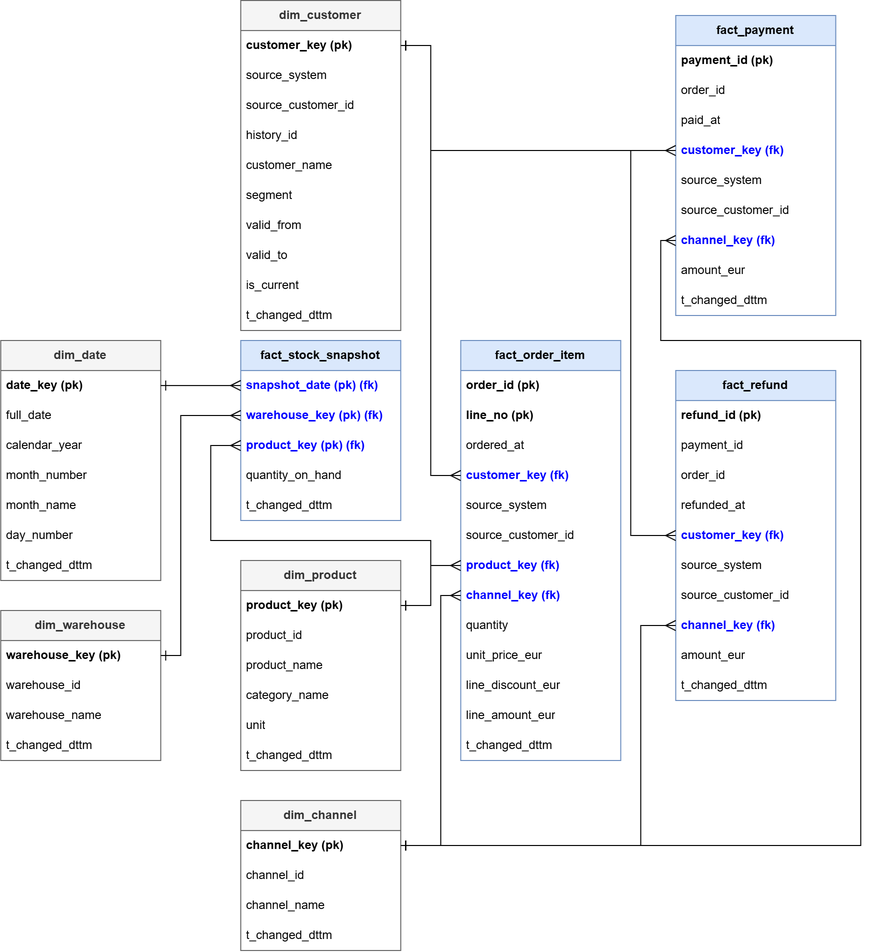
This is w3_task01_model.png from objectx327/de_project, a draw.io export, as it was before one commit. Source tidied: cells renumbered, new cells last; positions are measured from the earlier drawing's top-left corner, leaving out a move shared by most shapes.
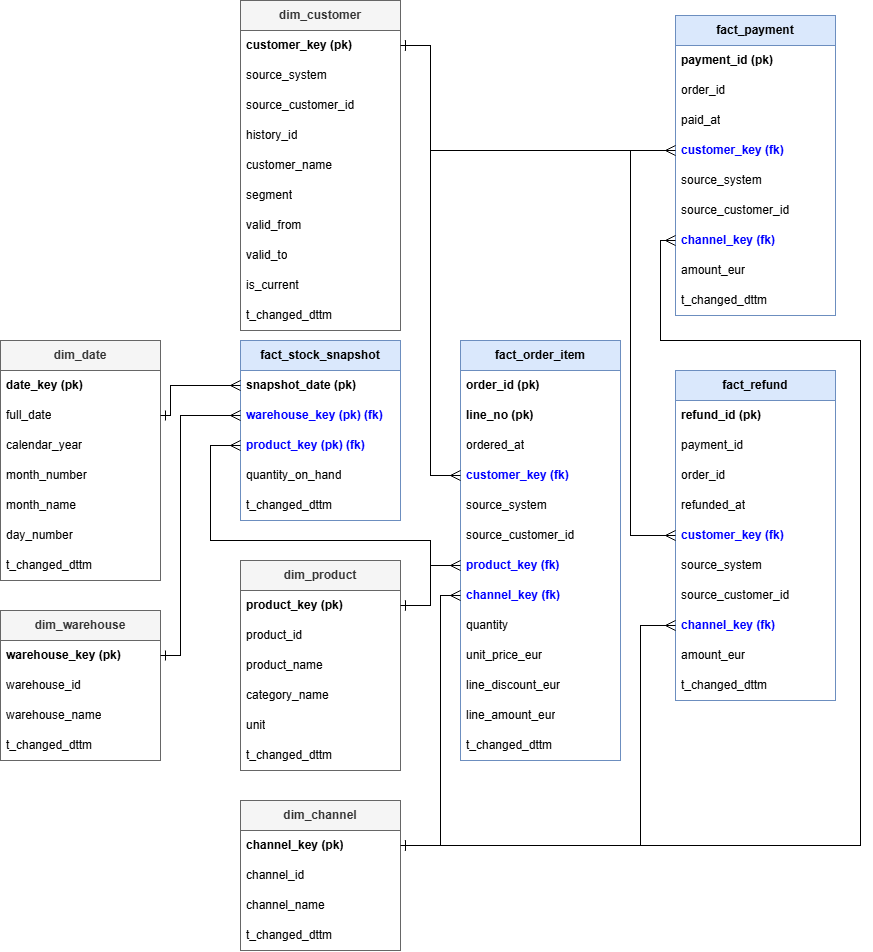
The same diagram one commit later.

Change to the diagram source:
```diff
@@ -110,7 +110,7 @@
     <mxCell id="37" value="&lt;div&gt;&lt;b&gt;fact_stock_snapshot&lt;/b&gt;&lt;/div&gt;" style="swimlane;fontStyle=0;horizontal=1;startSize=30;whiteSpace=wrap;html=1;fillColor=#dae8fc;strokeColor=#6c8ebf;" parent="1" vertex="1">
       <mxGeometry x="240" y="340" width="160" height="180" as="geometry" />
     </mxCell>
-    <mxCell id="38" value="snapshot_date (pk) (fk)" style="text;strokeColor=none;fillColor=none;align=left;verticalAlign=middle;spacingLeft=4;spacingRight=4;overflow=hidden;whiteSpace=wrap;html=1;fontStyle=1;fontColor=#0000FF;" parent="37" vertex="1">
+    <mxCell id="38" value="&lt;span style=&quot;color: rgb(0, 0, 0);&quot;&gt;snapshot_date (pk)&lt;/span&gt;" style="text;strokeColor=none;fillColor=none;align=left;verticalAlign=middle;spacingLeft=4;spacingRight=4;overflow=hidden;whiteSpace=wrap;html=1;fontStyle=1;fontColor=#0000FF;" parent="37" vertex="1">
       <mxGeometry y="30" width="160" height="30" as="geometry" />
     </mxCell>
     <mxCell id="39" value="warehouse_key&lt;span style=&quot;background-color: transparent;&quot;&gt;&amp;nbsp;&lt;/span&gt;&lt;span style=&quot;background-color: transparent;&quot;&gt;(pk) (fk)&lt;/span&gt;" style="text;strokeColor=none;fillColor=none;align=left;verticalAlign=middle;spacingLeft=4;spacingRight=4;overflow=hidden;points=[[0,0.5],[1,0.5]];portConstraint=eastwest;whiteSpace=wrap;html=1;fontStyle=1;fontColor=#0000FF;" parent="37" vertex="1">
@@ -233,8 +233,13 @@
     <mxCell id="78" value="t_changed_dttm" style="text;strokeColor=none;fillColor=none;align=left;verticalAlign=middle;spacingLeft=4;spacingRight=4;overflow=hidden;whiteSpace=wrap;html=1;" parent="71" vertex="1">
       <mxGeometry y="210" width="160" height="30" as="geometry" />
     </mxCell>
-    <mxCell id="79" style="edgeStyle=orthogonalEdgeStyle;rounded=0;jettySize=auto;html=1;exitX=1;exitY=0.5;exitDx=0;exitDy=0;entryX=0;entryY=0.25;entryDx=0;entryDy=0;fontSize=12;startSize=8;endSize=8;endArrow=ERmany;endFill=0;startArrow=ERone;startFill=0;" parent="1" edge="1" source="72" target="37">
-      <mxGeometry relative="1" as="geometry" />
+    <mxCell id="79" style="edgeStyle=orthogonalEdgeStyle;rounded=0;jettySize=auto;html=1;exitX=1;exitY=0.5;exitDx=0;exitDy=0;entryX=0;entryY=0.25;entryDx=0;entryDy=0;fontSize=12;startSize=8;endSize=8;endArrow=ERmany;endFill=0;startArrow=ERone;startFill=0;" parent="1" edge="1" source="73" target="37">
+      <mxGeometry x="0.27" relative="1" as="geometry">
+        <Array as="points">
+          <mxPoint x="170" y="415" />
+          <mxPoint x="170" y="385" />
+        </Array>
+      </mxGeometry>
     </mxCell>
     <mxCell id="80" style="edgeStyle=orthogonalEdgeStyle;rounded=0;jettySize=auto;html=1;exitX=1;exitY=0.5;exitDx=0;exitDy=0;entryX=0;entryY=0.5;entryDx=0;entryDy=0;fontSize=12;startSize=8;endSize=8;endArrow=ERmany;endFill=0;startArrow=ERone;startFill=0;" parent="1" edge="1" source="67" target="39">
       <mxGeometry relative="1" as="geometry">
```
